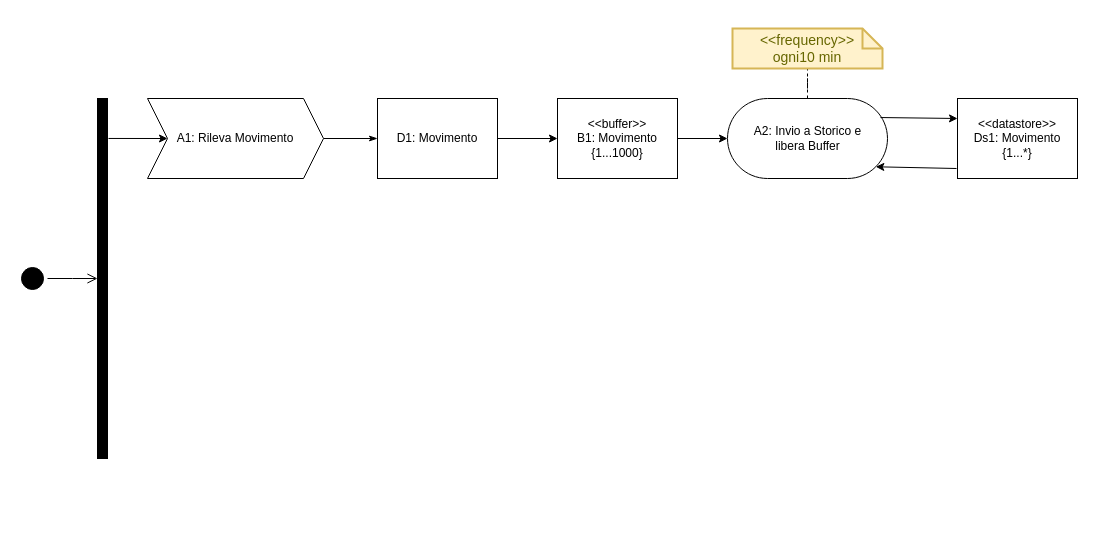
Wonderjack996/unimib-software-architecture keeps this draw.io diagram as Progetto/Activity/Diag 1.drawio. Above is the earlier version. Source tidied: cells renumbered, new cells numbered last; positions are measured from the earlier drawing's top-left corner, leaving out a move shared by most shapes. Both pictures are drawn from the tidied source at 100%, with x=0, y=0 at pixel (17, 28).
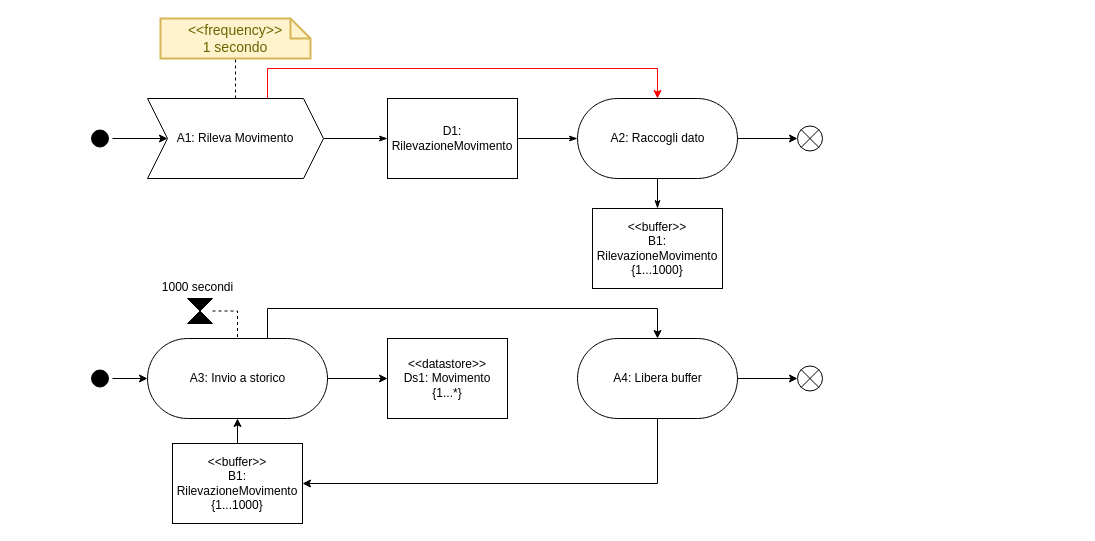
After the change.

The change refers to these unchanged cells:
```xml
<mxCell id="6" value="A1: Rileva Movimento" style="shape=step;perimeter=stepPerimeter;whiteSpace=wrap;html=1;fixedSize=1;gradientColor=none;" parent="1" vertex="1">
  <mxGeometry x="130" y="70" width="176" height="80" as="geometry" />
</mxCell>
```

What changed in the source:
```diff
@@
     <mxCell id="2" style="ellipse;html=1;shape=startState;fillColor=#000000;" parent="1" vertex="1">
-      <mxGeometry y="235" width="30" height="30" as="geometry" />
+      <mxGeometry x="70" y="97.5" width="25" height="25" as="geometry" />
     </mxCell>
-    <mxCell id="3" style="edgeStyle=orthogonalEdgeStyle;html=1;verticalAlign=bottom;endArrow=open;endSize=8;rounded=0;" parent="1" edge="1" source="2">
-      <mxGeometry relative="1" as="geometry">
-        <mxPoint x="80" y="250" as="targetPoint" />
-      </mxGeometry>
-    </mxCell>
-    <mxCell id="4" style="html=1;points=[];perimeter=orthogonalPerimeter;fillColor=#000000;" parent="1" vertex="1">
-      <mxGeometry x="80" y="70" width="10" height="360" as="geometry" />
-    </mxCell>
@@
+    <mxCell id="18" style="edgeStyle=orthogonalEdgeStyle;rounded=0;jettySize=auto;html=1;strokeColor=#000000;endArrow=none;endFill=0;dashed=1;" parent="1" edge="1" source="6" target="24">
+      <mxGeometry relative="1" as="geometry" />
+    </mxCell>
+    <mxCell id="19" style="edgeStyle=orthogonalEdgeStyle;rounded=0;jettySize=auto;html=1;entryX=0.5;entryY=0.5;entryDx=0;entryDy=-40;entryPerimeter=0;strokeColor=#FF0000;endArrow=classic;endFill=1;fillColor=#e51400;" parent="1" edge="1" source="6" target="23">
+      <mxGeometry relative="1" as="geometry">
+        <Array as="points">
+          <mxPoint x="250" y="40" />
+          <mxPoint x="640" y="40" />
+        </Array>
+      </mxGeometry>
+    </mxCell>
@@
-    <mxCell id="7" style="endArrow=classic;html=1;rounded=0;exitX=1.1;exitY=0.111;exitDx=0;exitDy=0;exitPerimeter=0;entryX=0;entryY=0.5;entryDx=0;entryDy=0;" parent="1" edge="1" source="4" target="6">
+    <mxCell id="7" style="endArrow=classic;html=1;rounded=0;exitX=1;exitY=0.5;exitDx=0;exitDy=0;entryX=0;entryY=0.5;entryDx=0;entryDy=0;" parent="1" edge="1" source="2" target="6">
       <mxGeometry relative="1" as="geometry" />
     </mxCell>
-    <mxCell id="8" style="edgeStyle=orthogonalEdgeStyle;rounded=0;jettySize=auto;html=1;entryX=0;entryY=0.5;entryDx=0;entryDy=0;startArrow=none;startFill=0;endArrow=classic;endFill=1;" parent="1" edge="1" source="9" target="11">
-      <mxGeometry relative="1" as="geometry" />
-    </mxCell>
+    <mxCell id="20" style="edgeStyle=orthogonalEdgeStyle;rounded=0;jettySize=auto;html=1;entryX=0;entryY=0.5;entryDx=0;entryDy=0;entryPerimeter=0;strokeColor=#000000;endArrow=classicThin;endFill=1;" parent="1" edge="1" source="9" target="23">
+      <mxGeometry relative="1" as="geometry" />
+    </mxCell>
-    <mxCell id="9" value="D1: Movimento" style="rounded=0;whiteSpace=wrap;html=1;" parent="1" vertex="1">
-      <mxGeometry x="360" y="70" width="120" height="80" as="geometry" />
+    <mxCell id="9" value="D1: RilevazioneMovimento" style="rounded=0;whiteSpace=wrap;html=1;" parent="1" vertex="1">
+      <mxGeometry x="370" y="70" width="130" height="80" as="geometry" />
     </mxCell>
-    <mxCell id="10" style="edgeStyle=orthogonalEdgeStyle;rounded=0;jettySize=auto;html=1;entryX=0;entryY=0.5;entryDx=0;entryDy=0;entryPerimeter=0;startArrow=none;startFill=0;endArrow=classic;endFill=1;" parent="1" edge="1" source="11" target="13">
-      <mxGeometry relative="1" as="geometry" />
-    </mxCell>
-    <mxCell id="11" value="&lt;div&gt;&amp;lt;&amp;lt;buffer&amp;gt;&amp;gt;&lt;/div&gt;&lt;div&gt;B1: Movimento&lt;/div&gt;&lt;div&gt;{1...1000}&lt;br&gt;&lt;/div&gt;" style="rounded=0;whiteSpace=wrap;html=1;" parent="1" vertex="1">
-      <mxGeometry x="540" y="70" width="120" height="80" as="geometry" />
+    <mxCell id="11" value="&lt;div&gt;&amp;lt;&amp;lt;buffer&amp;gt;&amp;gt;&lt;/div&gt;&lt;div&gt;B1: RilevazioneMovimento&lt;/div&gt;&lt;div&gt;{1...1000}&lt;br&gt;&lt;/div&gt;" style="rounded=0;whiteSpace=wrap;html=1;" parent="1" vertex="1">
+      <mxGeometry x="575" y="180" width="130" height="80" as="geometry" />
     </mxCell>
-    <mxCell id="12" style="edgeStyle=orthogonalEdgeStyle;rounded=0;jettySize=auto;html=1;startArrow=none;startFill=0;endArrow=none;endFill=0;dashed=1;" parent="1" edge="1" source="13" target="17">
-      <mxGeometry relative="1" as="geometry" />
-    </mxCell>
-    <mxCell id="13" value="&lt;div&gt;A2: Invio a Storico e&lt;/div&gt;&lt;div&gt;libera Buffer&lt;br&gt;&lt;/div&gt;" style="html=1;dashed=0;whitespace=wrap;shape=mxgraph.dfd.start;" parent="1" vertex="1">
-      <mxGeometry x="710" y="70" width="160" height="80" as="geometry" />
-    </mxCell>
     <mxCell id="14" value="&lt;div&gt;&amp;lt;&amp;lt;datastore&amp;gt;&amp;gt;&lt;/div&gt;&lt;div&gt;Ds1: Movimento&lt;/div&gt;&lt;div&gt;{1...*}&lt;br&gt;&lt;/div&gt;" style="rounded=0;whiteSpace=wrap;html=1;" parent="1" vertex="1">
-      <mxGeometry x="940" y="70" width="120" height="80" as="geometry" />
+      <mxGeometry x="370" y="310" width="120" height="80" as="geometry" />
     </mxCell>
-    <mxCell id="15" style="endArrow=classic;html=1;rounded=0;entryX=0;entryY=0.25;entryDx=0;entryDy=0;exitX=0.956;exitY=0.238;exitDx=0;exitDy=0;exitPerimeter=0;" parent="1" edge="1" source="13" target="14">
-      <mxGeometry relative="1" as="geometry" />
-    </mxCell>
-    <mxCell id="16" style="endArrow=classic;html=1;rounded=0;entryX=0;entryY=0;entryDx=148.28;entryDy=68.28;exitX=-0.008;exitY=0.875;exitDx=0;exitDy=0;entryPerimeter=0;exitPerimeter=0;" parent="1" edge="1" source="14" target="13">
-      <mxGeometry relative="1" as="geometry" />
-    </mxCell>
-    <mxCell id="17" value="&lt;div&gt;&amp;lt;&amp;lt;frequency&amp;gt;&amp;gt;&lt;/div&gt;&lt;div&gt;ogni10 min&lt;br&gt;&lt;/div&gt;" style="shape=note;strokeWidth=2;fontSize=14;size=20;whiteSpace=wrap;html=1;fillColor=#fff2cc;strokeColor=#d6b656;fontColor=#666600;" parent="1" vertex="1">
-      <mxGeometry x="715" width="150" height="40" as="geometry" />
-    </mxCell>
+    <mxCell id="21" style="edgeStyle=orthogonalEdgeStyle;rounded=0;jettySize=auto;html=1;entryX=0.5;entryY=0;entryDx=0;entryDy=0;strokeColor=#000000;endArrow=classicThin;endFill=1;" parent="1" edge="1" source="23" target="11">
+      <mxGeometry relative="1" as="geometry" />
+    </mxCell>
+    <mxCell id="22" style="edgeStyle=orthogonalEdgeStyle;rounded=0;jettySize=auto;html=1;entryX=0;entryY=0.5;entryDx=0;entryDy=0;strokeColor=#000000;endArrow=classic;endFill=1;" parent="1" edge="1" source="23" target="25">
+      <mxGeometry relative="1" as="geometry" />
+    </mxCell>
+    <mxCell id="23" value="&lt;div&gt;A2: Raccogli dato&lt;/div&gt;" style="html=1;dashed=0;whitespace=wrap;shape=mxgraph.dfd.start;" parent="1" vertex="1">
+      <mxGeometry x="560" y="70" width="160" height="80" as="geometry" />
+    </mxCell>
+    <mxCell id="24" value="&amp;lt;&amp;lt;frequency&amp;gt;&amp;gt;&lt;br&gt;1 secondo" style="shape=note;strokeWidth=2;fontSize=14;size=20;whiteSpace=wrap;html=1;fillColor=#fff2cc;strokeColor=#d6b656;fontColor=#666600;" parent="1" vertex="1">
+      <mxGeometry x="143" y="-10" width="150" height="40" as="geometry" />
+    </mxCell>
+    <mxCell id="25" style="shape=sumEllipse;perimeter=ellipsePerimeter;whiteSpace=wrap;html=1;backgroundOutline=1;" parent="1" vertex="1">
+      <mxGeometry x="780" y="97.5" width="25" height="25" as="geometry" />
+    </mxCell>
+    <mxCell id="26" style="edgeStyle=orthogonalEdgeStyle;rounded=0;jettySize=auto;html=1;strokeColor=#000000;endArrow=classic;endFill=1;" parent="1" edge="1" source="27" target="30">
+      <mxGeometry relative="1" as="geometry" />
+    </mxCell>
+    <mxCell id="27" style="ellipse;html=1;shape=startState;fillColor=#000000;" parent="1" vertex="1">
+      <mxGeometry x="70" y="337.5" width="25" height="25" as="geometry" />
+    </mxCell>
+    <mxCell id="28" style="edgeStyle=orthogonalEdgeStyle;rounded=0;jettySize=auto;html=1;entryX=0;entryY=0.5;entryDx=0;entryDy=0;strokeColor=#000000;endArrow=classic;endFill=1;" parent="1" edge="1" source="30" target="14">
+      <mxGeometry relative="1" as="geometry" />
+    </mxCell>
+    <mxCell id="29" style="edgeStyle=orthogonalEdgeStyle;rounded=0;jettySize=auto;html=1;entryX=0.5;entryY=0.5;entryDx=0;entryDy=-40;entryPerimeter=0;strokeColor=#000000;endArrow=classic;endFill=1;" parent="1" edge="1" source="30" target="38">
+      <mxGeometry relative="1" as="geometry">
+        <Array as="points">
+          <mxPoint x="250" y="280" />
+          <mxPoint x="640" y="280" />
+        </Array>
+      </mxGeometry>
+    </mxCell>
+    <mxCell id="30" value="&lt;div&gt;A3: Invio a storico&lt;/div&gt;" style="html=1;dashed=0;whitespace=wrap;shape=mxgraph.dfd.start;" parent="1" vertex="1">
+      <mxGeometry x="130" y="310" width="180" height="80" as="geometry" />
+    </mxCell>
+    <mxCell id="31" style="edgeStyle=orthogonalEdgeStyle;rounded=0;jettySize=auto;html=1;entryX=0.5;entryY=0.5;entryDx=0;entryDy=40;entryPerimeter=0;strokeColor=#000000;endArrow=classic;endFill=1;" parent="1" edge="1" source="32" target="30">
+      <mxGeometry relative="1" as="geometry" />
+    </mxCell>
+    <mxCell id="32" value="&lt;div&gt;&amp;lt;&amp;lt;buffer&amp;gt;&amp;gt;&lt;/div&gt;&lt;div&gt;B1: RilevazioneMovimento&lt;/div&gt;&lt;div&gt;{1...1000}&lt;br&gt;&lt;/div&gt;" style="rounded=0;whiteSpace=wrap;html=1;" parent="1" vertex="1">
+      <mxGeometry x="155" y="415" width="130" height="80" as="geometry" />
+    </mxCell>
+    <mxCell id="33" style="edgeStyle=orthogonalEdgeStyle;rounded=0;jettySize=auto;html=1;strokeColor=#000000;endArrow=none;endFill=0;dashed=1;" parent="1" edge="1" source="34" target="30">
+      <mxGeometry relative="1" as="geometry">
+        <Array as="points">
+          <mxPoint x="220" y="283" />
+        </Array>
+      </mxGeometry>
+    </mxCell>
+    <mxCell id="34" style="shape=collate;whiteSpace=wrap;html=1;fillColor=#000000;" parent="1" vertex="1">
+      <mxGeometry x="170" y="270" width="25" height="25" as="geometry" />
+    </mxCell>
+    <mxCell id="35" value="1000 secondi" style="text;html=1;align=center;verticalAlign=middle;strokeColor=none;fillColor=none;" parent="1" vertex="1">
+      <mxGeometry x="135" y="244" width="90" height="30" as="geometry" />
+    </mxCell>
+    <mxCell id="36" style="edgeStyle=orthogonalEdgeStyle;rounded=0;jettySize=auto;html=1;entryX=0;entryY=0.5;entryDx=0;entryDy=0;strokeColor=#000000;endArrow=classic;endFill=1;" parent="1" edge="1" source="38" target="39">
+      <mxGeometry relative="1" as="geometry" />
+    </mxCell>
+    <mxCell id="37" style="edgeStyle=orthogonalEdgeStyle;rounded=0;jettySize=auto;html=1;entryX=1;entryY=0.5;entryDx=0;entryDy=0;strokeColor=#000000;endArrow=classic;endFill=1;" parent="1" edge="1" source="38" target="32">
+      <mxGeometry relative="1" as="geometry">
+        <Array as="points">
+          <mxPoint x="640" y="455" />
+        </Array>
+      </mxGeometry>
+    </mxCell>
+    <mxCell id="38" value="&lt;div&gt;A4: Libera buffer&lt;/div&gt;" style="html=1;dashed=0;whitespace=wrap;shape=mxgraph.dfd.start;" parent="1" vertex="1">
+      <mxGeometry x="560" y="310" width="160" height="80" as="geometry" />
+    </mxCell>
+    <mxCell id="39" style="shape=sumEllipse;perimeter=ellipsePerimeter;whiteSpace=wrap;html=1;backgroundOutline=1;" parent="1" vertex="1">
+      <mxGeometry x="780" y="337.5" width="25" height="25" as="geometry" />
+    </mxCell>
```
